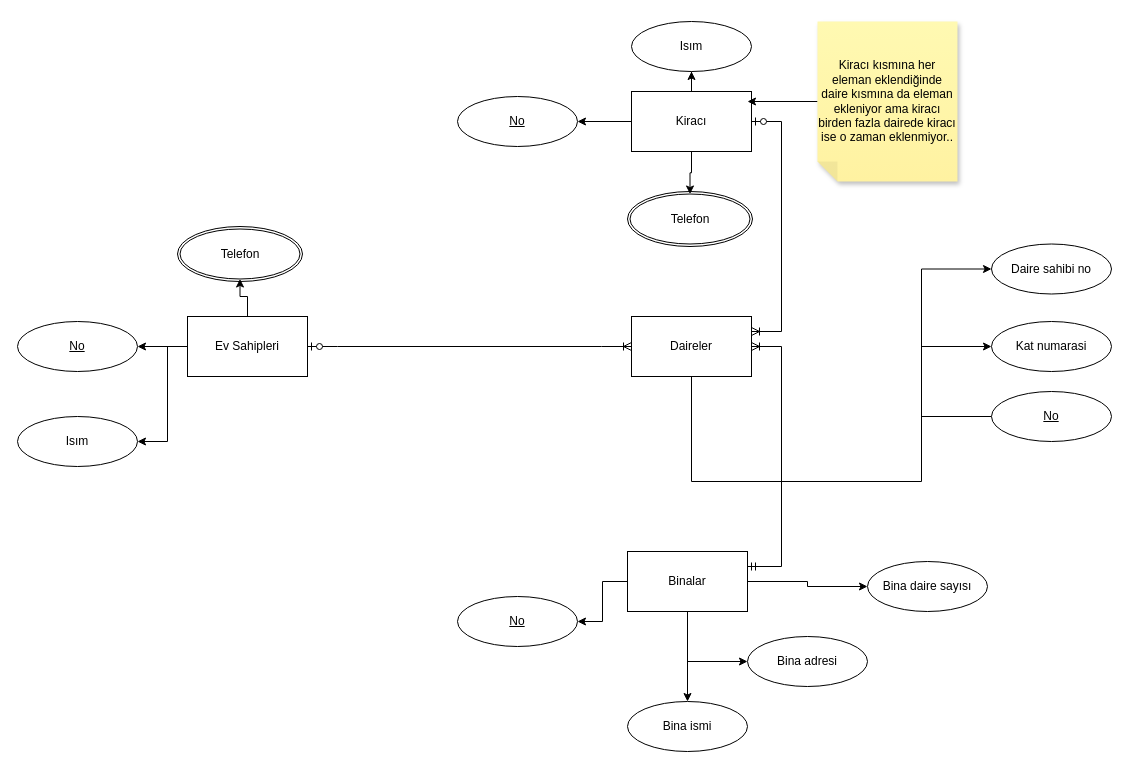
saidyanak/VeriTabani1-Alistirma keeps this draw.io diagram as Başlıksız Diyagram.drawio. Above is the earlier version. Source tidied: cells renumbered, new cells numbered last; positions are measured from the earlier drawing's top-left corner, leaving out a move shared by most shapes. Both pictures are drawn from the tidied source at 100%, with x=0, y=0 at pixel (17, 21).
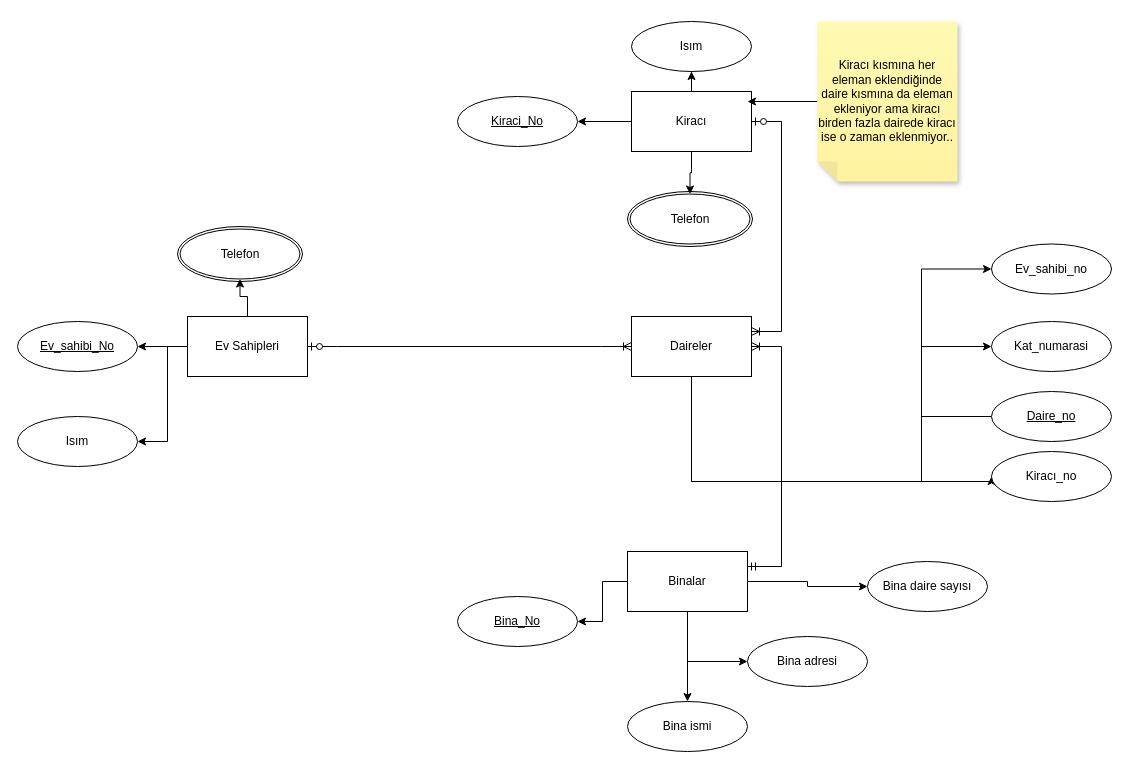
The same page after the edit.

The change refers to these unchanged cells:
```xml
<mxCell id="3" value="Daireler" style="rounded=0;whiteSpace=wrap;html=1;" parent="1" vertex="1">
  <mxGeometry x="614" y="295" width="120" height="60" as="geometry" />
</mxCell>
```

The edit, as a diff of the source:
```diff
@@
+    <mxCell id="38" style="edgeStyle=orthogonalEdgeStyle;rounded=0;jettySize=auto;html=1;entryX=0;entryY=0.5;entryDx=0;entryDy=0;" parent="1" edge="1" source="3" target="39">
+      <mxGeometry relative="1" as="geometry">
+        <Array as="points">
+          <mxPoint x="674" y="460" />
+          <mxPoint x="974" y="460" />
+        </Array>
+      </mxGeometry>
+    </mxCell>
@@
-    <mxCell id="5" value="&lt;u&gt;No&lt;/u&gt;" style="ellipse;whiteSpace=wrap;html=1;" parent="1" vertex="1">
+    <mxCell id="5" value="&lt;u&gt;Daire_no&lt;/u&gt;" style="ellipse;whiteSpace=wrap;html=1;" parent="1" vertex="1">
       <mxGeometry x="974" y="370" width="120" height="50" as="geometry" />
     </mxCell>
-    <mxCell id="6" value="Kat numarasi" style="ellipse;whiteSpace=wrap;html=1;" parent="1" vertex="1">
+    <mxCell id="6" value="Kat_numarasi" style="ellipse;whiteSpace=wrap;html=1;" parent="1" vertex="1">
       <mxGeometry x="974" y="300" width="120" height="50" as="geometry" />
     </mxCell>
@@
-    <mxCell id="13" value="&lt;u&gt;No&lt;/u&gt;" style="ellipse;whiteSpace=wrap;html=1;" parent="1" vertex="1">
+    <mxCell id="13" value="&lt;u&gt;Ev_sahibi_No&lt;/u&gt;" style="ellipse;whiteSpace=wrap;html=1;" parent="1" vertex="1">
       <mxGeometry y="300" width="120" height="50" as="geometry" />
     </mxCell>
@@
-    <mxCell id="18" value="&lt;u&gt;No&lt;/u&gt;" style="ellipse;whiteSpace=wrap;html=1;" parent="1" vertex="1">
+    <mxCell id="18" value="&lt;u&gt;Kiraci_No&lt;/u&gt;" style="ellipse;whiteSpace=wrap;html=1;" parent="1" vertex="1">
       <mxGeometry x="440" y="75" width="120" height="50" as="geometry" />
     </mxCell>
@@
-    <mxCell id="27" value="&lt;u&gt;No&lt;/u&gt;" style="ellipse;whiteSpace=wrap;html=1;" parent="1" vertex="1">
+    <mxCell id="27" value="&lt;u&gt;Bina_No&lt;/u&gt;" style="ellipse;whiteSpace=wrap;html=1;" parent="1" vertex="1">
       <mxGeometry x="440" y="575" width="120" height="50" as="geometry" />
     </mxCell>
@@
-    <mxCell id="32" value="Daire sahibi no" style="ellipse;whiteSpace=wrap;html=1;" parent="1" vertex="1">
+    <mxCell id="32" value="Ev_sahibi_no" style="ellipse;whiteSpace=wrap;html=1;" parent="1" vertex="1">
       <mxGeometry x="974" y="222.5" width="120" height="50" as="geometry" />
     </mxCell>
@@
+    <mxCell id="39" value="Kiracı_no" style="ellipse;whiteSpace=wrap;html=1;" parent="1" vertex="1">
+      <mxGeometry x="974" y="430" width="120" height="50" as="geometry" />
+    </mxCell>
```
